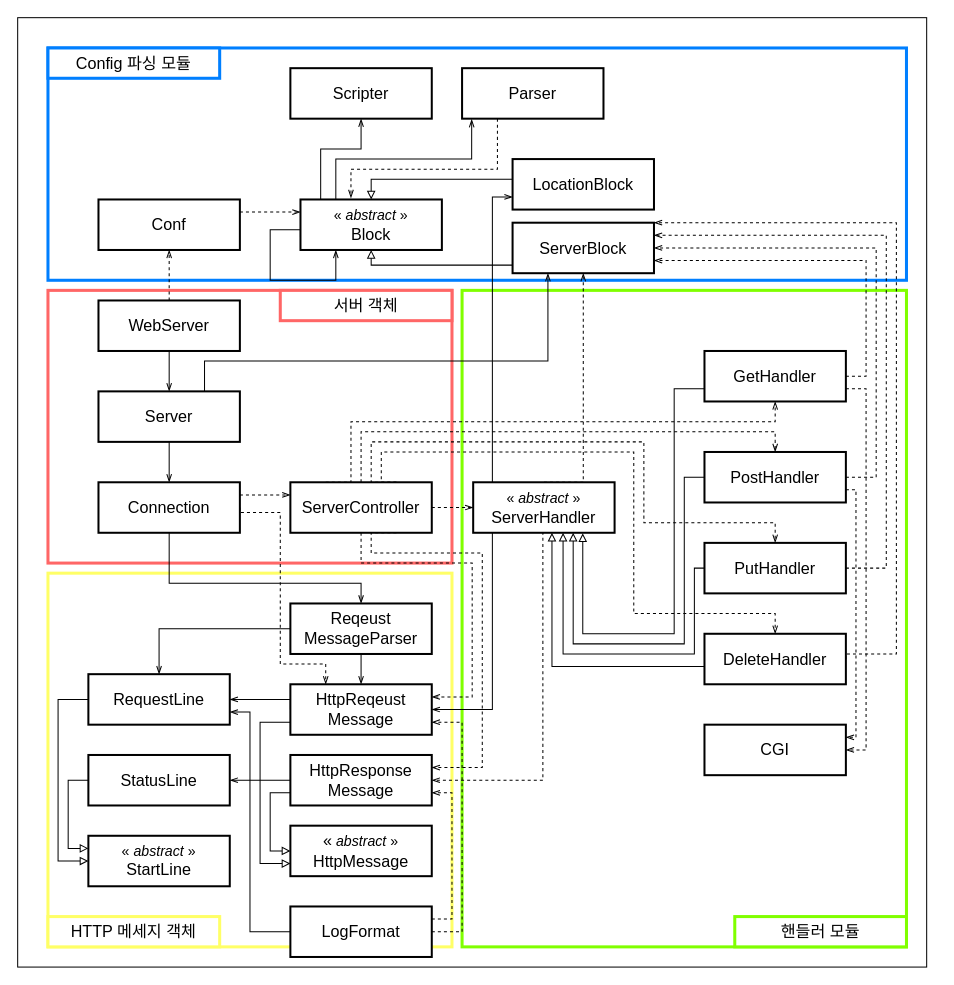
This is page "Server System" (1 of 6) of docs/ClassDiagram/Diagram.drawio from wkdtpgns5016/webserve, a draw.io file, before an edit. Source tidied: cells renumbered, new cells numbered last; positions are measured from the earlier drawing's top-left corner, leaving out a move shared by most shapes. Both pictures are drawn from the tidied source at 101%, with x=0, y=0 at pixel (17, 17).
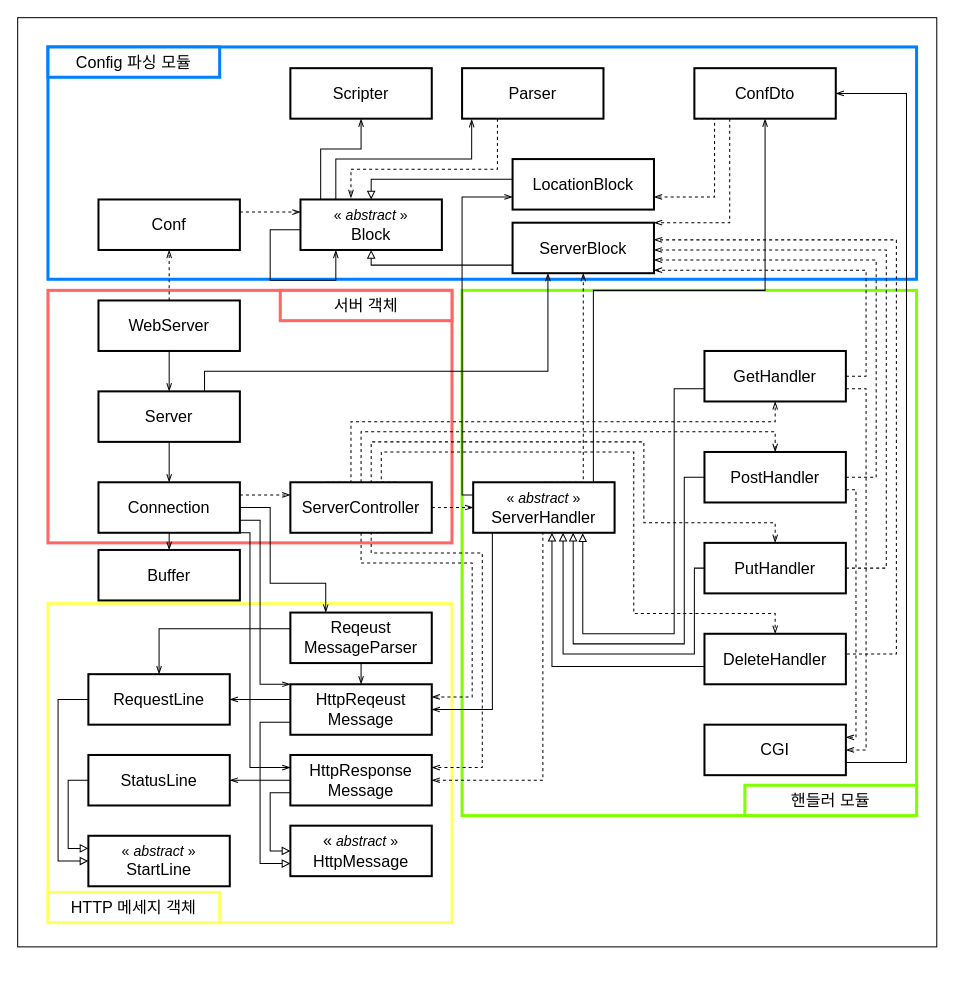
The same page after the edit.

Unchanged cells that the change refers to:
```xml
<mxCell id="12" value="Server" style="rounded=0;whiteSpace=wrap;html=1;strokeWidth=2;fontSize=16;" parent="1" vertex="1">
  <mxGeometry x="80" y="370" width="140" height="50" as="geometry" />
</mxCell>
<mxCell id="16" value="ServerBlock" style="rounded=0;whiteSpace=wrap;html=1;strokeWidth=2;fontSize=16;" parent="1" vertex="1">
  <mxGeometry x="490" y="203" width="140" height="50" as="geometry" />
</mxCell>
<mxCell id="23" value="LocationBlock" style="rounded=0;whiteSpace=wrap;html=1;strokeWidth=2;fontSize=16;" parent="1" vertex="1">
  <mxGeometry x="490" y="140" width="140" height="50" as="geometry" />
</mxCell>
<mxCell id="29" value="&lt;font style=&quot;border-color: var(--border-color); font-size: 14px;&quot;&gt;«&lt;i style=&quot;border-color: var(--border-color);&quot;&gt;&amp;nbsp;abstract&amp;nbsp;&lt;/i&gt;»&lt;/font&gt;&lt;br style=&quot;border-color: var(--border-color); font-size: 12px;&quot;&gt;&lt;font style=&quot;border-color: var(--border-color);&quot;&gt;ServerHandler&lt;/font&gt;" style="rounded=0;whiteSpace=wrap;html=1;strokeWidth=2;fontSize=16;" parent="1" vertex="1">
  <mxGeometry x="451" y="460" width="140" height="50" as="geometry" />
</mxCell>
<mxCell id="33" value="GetHandler" style="rounded=0;whiteSpace=wrap;html=1;strokeWidth=2;fontSize=16;" parent="1" vertex="1">
  <mxGeometry x="680" y="330" width="140" height="50" as="geometry" />
</mxCell>
<mxCell id="37" value="PostHandler" style="rounded=0;whiteSpace=wrap;html=1;strokeWidth=2;fontSize=16;" parent="1" vertex="1">
  <mxGeometry x="680" y="430" width="140" height="50" as="geometry" />
</mxCell>
<mxCell id="40" value="PutHandler" style="rounded=0;whiteSpace=wrap;html=1;strokeWidth=2;fontSize=16;" parent="1" vertex="1">
  <mxGeometry x="680" y="520" width="140" height="50" as="geometry" />
</mxCell>
<mxCell id="43" value="DeleteHandler" style="rounded=0;whiteSpace=wrap;html=1;strokeWidth=2;fontSize=16;" parent="1" vertex="1">
  <mxGeometry x="680" y="610" width="140" height="50" as="geometry" />
</mxCell>
<mxCell id="55" value="Connection" style="rounded=0;whiteSpace=wrap;html=1;strokeWidth=2;fontSize=16;" parent="1" vertex="1">
  <mxGeometry x="80" y="460" width="140" height="50" as="geometry" />
</mxCell>
<mxCell id="58" value="RequestLine" style="rounded=0;whiteSpace=wrap;html=1;strokeWidth=2;fontSize=16;" parent="1" vertex="1">
  <mxGeometry x="70" y="650" width="140" height="50" as="geometry" />
</mxCell>
<mxCell id="63" value="HttpReqeust&lt;br&gt;Message" style="rounded=0;whiteSpace=wrap;html=1;strokeWidth=2;fontSize=16;" parent="1" vertex="1">
  <mxGeometry x="270" y="660" width="140" height="50" as="geometry" />
</mxCell>
<mxCell id="66" value="HttpResponse&lt;br&gt;Message" style="rounded=0;whiteSpace=wrap;html=1;strokeWidth=2;fontSize=16;" parent="1" vertex="1">
  <mxGeometry x="270" y="730" width="140" height="50" as="geometry" />
</mxCell>
<mxCell id="72" value="CGI" style="rounded=0;whiteSpace=wrap;html=1;strokeWidth=2;fontSize=16;" parent="1" vertex="1">
  <mxGeometry x="680" y="700" width="140" height="50" as="geometry" />
</mxCell>
```

Change to the diagram source:
```diff
@@
     <mxCell id="2" style="rounded=0;whiteSpace=wrap;html=1;" parent="1" vertex="1">
-      <mxGeometry width="900" height="940" as="geometry" />
+      <mxGeometry width="910" height="920" as="geometry" />
     </mxCell>
     <mxCell id="3" style="rounded=0;whiteSpace=wrap;html=1;strokeColor=#FF6666;strokeWidth=3;" parent="1" vertex="1">
-      <mxGeometry x="30" y="270" width="400" height="270" as="geometry" />
+      <mxGeometry x="30" y="270" width="400" height="250" as="geometry" />
     </mxCell>
     <mxCell id="4" style="rounded=0;whiteSpace=wrap;html=1;strokeColor=#FFFF66;strokeWidth=3;" parent="1" vertex="1">
-      <mxGeometry x="30" y="550" width="400" height="370" as="geometry" />
+      <mxGeometry x="30" y="580" width="400" height="316" as="geometry" />
     </mxCell>
     <mxCell id="5" style="rounded=0;whiteSpace=wrap;html=1;strokeColor=#80FF00;strokeWidth=3;" parent="1" vertex="1">
-      <mxGeometry x="440" y="270" width="440" height="650" as="geometry" />
+      <mxGeometry x="440" y="270" width="450" height="520" as="geometry" />
     </mxCell>
     <mxCell id="6" style="rounded=0;whiteSpace=wrap;html=1;strokeColor=#007FFF;strokeWidth=3;" parent="1" vertex="1">
-      <mxGeometry x="30" y="30" width="850" height="230" as="geometry" />
+      <mxGeometry x="30" y="29" width="860" height="230" as="geometry" />
     </mxCell>
@@
     <mxCell id="11" style="edgeStyle=orthogonalEdgeStyle;rounded=0;jettySize=auto;html=1;exitX=0.75;exitY=0;exitDx=0;exitDy=0;entryX=0.25;entryY=1;entryDx=0;entryDy=0;endArrow=openThin;endFill=0;" parent="1" edge="1" source="12" target="16">
       <mxGeometry relative="1" as="geometry">
         <Array as="points">
-          <mxPoint x="185" y="340" />
-          <mxPoint x="525" y="340" />
+          <mxPoint x="185" y="350" />
+          <mxPoint x="525" y="350" />
         </Array>
       </mxGeometry>
     </mxCell>
@@
     <mxCell id="28" style="edgeStyle=orthogonalEdgeStyle;rounded=0;jettySize=auto;html=1;exitX=0;exitY=0.25;exitDx=0;exitDy=0;entryX=0;entryY=0.75;entryDx=0;entryDy=0;endArrow=openThin;endFill=0;" parent="1" edge="1" source="29" target="23">
       <mxGeometry relative="1" as="geometry">
         <Array as="points">
-          <mxPoint x="470" y="473" />
-          <mxPoint x="470" y="178" />
+          <mxPoint x="440" y="473" />
+          <mxPoint x="440" y="178" />
         </Array>
       </mxGeometry>
     </mxCell>
+    <mxCell id="82" style="edgeStyle=orthogonalEdgeStyle;rounded=0;jettySize=auto;html=1;exitX=1;exitY=0;exitDx=0;exitDy=0;entryX=0.5;entryY=1;entryDx=0;entryDy=0;endArrow=openThin;endFill=0;" parent="1" edge="1" source="29" target="88">
+      <mxGeometry relative="1" as="geometry">
+        <Array as="points">
+          <mxPoint x="570" y="460" />
+          <mxPoint x="570" y="270" />
+          <mxPoint x="740" y="270" />
+        </Array>
+      </mxGeometry>
+    </mxCell>
@@
-    <mxCell id="30" style="edgeStyle=orthogonalEdgeStyle;rounded=0;jettySize=auto;html=1;exitX=1;exitY=0.5;exitDx=0;exitDy=0;entryX=1;entryY=0.75;entryDx=0;entryDy=0;dashed=1;endArrow=openThin;endFill=0;" parent="1" edge="1" source="33" target="16">
+    <mxCell id="30" style="edgeStyle=orthogonalEdgeStyle;rounded=0;jettySize=auto;html=1;exitX=1;exitY=0.5;exitDx=0;exitDy=0;dashed=1;endArrow=openThin;endFill=0;" parent="1" edge="1" source="33">
       <mxGeometry relative="1" as="geometry">
+        <mxPoint x="630" y="250" as="targetPoint" />
         <Array as="points">
           <mxPoint x="840" y="355" />
-          <mxPoint x="840" y="241" />
+          <mxPoint x="840" y="250" />
+          <mxPoint x="630" y="250" />
         </Array>
       </mxGeometry>
     </mxCell>
@@
-    <mxCell id="34" style="edgeStyle=orthogonalEdgeStyle;rounded=0;jettySize=auto;html=1;exitX=1;exitY=0.5;exitDx=0;exitDy=0;entryX=1;entryY=0.5;entryDx=0;entryDy=0;dashed=1;endArrow=openThin;endFill=0;" parent="1" edge="1" source="37" target="16">
+    <mxCell id="34" style="edgeStyle=orthogonalEdgeStyle;rounded=0;jettySize=auto;html=1;exitX=1;exitY=0.5;exitDx=0;exitDy=0;dashed=1;endArrow=openThin;endFill=0;" parent="1" edge="1" source="37">
       <mxGeometry relative="1" as="geometry">
+        <mxPoint x="630" y="240" as="targetPoint" />
         <Array as="points">
           <mxPoint x="850" y="455" />
-          <mxPoint x="850" y="228" />
+          <mxPoint x="850" y="240" />
+          <mxPoint x="630" y="240" />
         </Array>
       </mxGeometry>
     </mxCell>
@@
-    <mxCell id="38" style="edgeStyle=orthogonalEdgeStyle;rounded=0;jettySize=auto;html=1;exitX=1;exitY=0.5;exitDx=0;exitDy=0;entryX=1;entryY=0.25;entryDx=0;entryDy=0;dashed=1;endArrow=openThin;endFill=0;" parent="1" edge="1" source="40" target="16">
+    <mxCell id="38" style="edgeStyle=orthogonalEdgeStyle;rounded=0;jettySize=auto;html=1;exitX=1;exitY=0.5;exitDx=0;exitDy=0;dashed=1;endArrow=openThin;endFill=0;" parent="1" edge="1" source="40">
       <mxGeometry relative="1" as="geometry">
+        <mxPoint x="630" y="230" as="targetPoint" />
         <Array as="points">
           <mxPoint x="860" y="545" />
-          <mxPoint x="860" y="216" />
+          <mxPoint x="860" y="230" />
+          <mxPoint x="630" y="230" />
         </Array>
       </mxGeometry>
     </mxCell>
@@
-    <mxCell id="41" style="edgeStyle=orthogonalEdgeStyle;rounded=0;jettySize=auto;html=1;exitX=1;exitY=0.5;exitDx=0;exitDy=0;entryX=1;entryY=0;entryDx=0;entryDy=0;dashed=1;endArrow=openThin;endFill=0;" parent="1" edge="1" source="43" target="16">
+    <mxCell id="41" style="edgeStyle=orthogonalEdgeStyle;rounded=0;jettySize=auto;html=1;exitX=1;exitY=0.5;exitDx=0;exitDy=0;dashed=1;endArrow=openThin;endFill=0;" parent="1" edge="1" source="43">
       <mxGeometry relative="1" as="geometry">
+        <mxPoint x="630" y="220" as="targetPoint" />
         <Array as="points">
           <mxPoint x="820" y="630" />
           <mxPoint x="870" y="630" />
-          <mxPoint x="870" y="203" />
+          <mxPoint x="870" y="220" />
+          <mxPoint x="630" y="220" />
         </Array>
       </mxGeometry>
     </mxCell>
@@
-    <mxCell id="53" style="edgeStyle=orthogonalEdgeStyle;rounded=0;jettySize=auto;html=1;exitX=1;exitY=0.5;exitDx=0;exitDy=0;entryX=0.25;entryY=0;entryDx=0;entryDy=0;dashed=1;endArrow=openThin;endFill=0;" parent="1" edge="1" source="55" target="63">
+    <mxCell id="53" style="edgeStyle=orthogonalEdgeStyle;rounded=0;jettySize=auto;html=1;exitX=1;exitY=0.75;exitDx=0;exitDy=0;entryX=0;entryY=0;entryDx=0;entryDy=0;endArrow=openThin;endFill=0;" parent="1" edge="1" source="55" target="63">
       <mxGeometry relative="1" as="geometry">
         <Array as="points">
-          <mxPoint x="220" y="490" />
-          <mxPoint x="260" y="490" />
-          <mxPoint x="260" y="640" />
-          <mxPoint x="305" y="640" />
+          <mxPoint x="240" y="498" />
+          <mxPoint x="240" y="660" />
         </Array>
       </mxGeometry>
     </mxCell>
-    <mxCell id="54" style="edgeStyle=orthogonalEdgeStyle;rounded=0;jettySize=auto;html=1;exitX=0.5;exitY=1;exitDx=0;exitDy=0;endArrow=openThin;endFill=0;" parent="1" edge="1" source="55">
+    <mxCell id="54" style="edgeStyle=orthogonalEdgeStyle;rounded=0;jettySize=auto;html=1;exitX=1;exitY=0.5;exitDx=0;exitDy=0;endArrow=openThin;endFill=0;entryX=0.25;entryY=0;entryDx=0;entryDy=0;" parent="1" edge="1" source="55" target="71">
       <mxGeometry relative="1" as="geometry">
-        <mxPoint x="340" y="580" as="targetPoint" />
         <Array as="points">
-          <mxPoint x="150" y="560" />
-          <mxPoint x="340" y="560" />
+          <mxPoint x="250" y="485" />
+          <mxPoint x="250" y="560" />
+          <mxPoint x="305" y="560" />
         </Array>
       </mxGeometry>
     </mxCell>
+    <mxCell id="83" style="edgeStyle=orthogonalEdgeStyle;rounded=0;jettySize=auto;html=1;exitX=1;exitY=1;exitDx=0;exitDy=0;entryX=0;entryY=0.25;entryDx=0;entryDy=0;endArrow=openThin;endFill=0;" parent="1" edge="1" source="55" target="66">
+      <mxGeometry relative="1" as="geometry">
+        <Array as="points">
+          <mxPoint x="230" y="510" />
+          <mxPoint x="230" y="743" />
+        </Array>
+      </mxGeometry>
+    </mxCell>
+    <mxCell id="84" style="edgeStyle=orthogonalEdgeStyle;rounded=0;jettySize=auto;html=1;exitX=0.5;exitY=1;exitDx=0;exitDy=0;entryX=0.5;entryY=0;entryDx=0;entryDy=0;endArrow=openThin;endFill=0;" parent="1" edge="1" source="55" target="89">
+      <mxGeometry relative="1" as="geometry" />
+    </mxCell>
@@
     <mxCell id="71" value="Reqeust&lt;br&gt;MessageParser" style="rounded=0;whiteSpace=wrap;html=1;strokeWidth=2;fontSize=16;" parent="1" vertex="1">
-      <mxGeometry x="270" y="580" width="140" height="50" as="geometry" />
+      <mxGeometry x="270" y="589" width="140" height="50" as="geometry" />
     </mxCell>
+    <mxCell id="85" style="edgeStyle=orthogonalEdgeStyle;rounded=0;jettySize=auto;html=1;exitX=1;exitY=0.75;exitDx=0;exitDy=0;entryX=1;entryY=0.5;entryDx=0;entryDy=0;endArrow=openThin;endFill=0;" parent="1" edge="1" source="72" target="88">
+      <mxGeometry relative="1" as="geometry">
+        <Array as="points">
+          <mxPoint x="880" y="738" />
+          <mxPoint x="880" y="75" />
+        </Array>
+      </mxGeometry>
+    </mxCell>
@@
-    <mxCell id="73" style="edgeStyle=orthogonalEdgeStyle;rounded=0;jettySize=auto;html=1;exitX=1;exitY=0.25;exitDx=0;exitDy=0;entryX=1;entryY=0.75;entryDx=0;entryDy=0;dashed=1;endArrow=openThin;endFill=0;" parent="1" edge="1" source="76" target="66">
-      <mxGeometry relative="1" as="geometry" />
-    </mxCell>
-    <mxCell id="74" style="edgeStyle=orthogonalEdgeStyle;rounded=0;jettySize=auto;html=1;exitX=1;exitY=0.5;exitDx=0;exitDy=0;entryX=1;entryY=0.75;entryDx=0;entryDy=0;endArrow=openThin;endFill=0;dashed=1;" parent="1" edge="1" source="76" target="63">
-      <mxGeometry relative="1" as="geometry">
-        <Array as="points">
-          <mxPoint x="440" y="905" />
-          <mxPoint x="440" y="698" />
-        </Array>
-      </mxGeometry>
-    </mxCell>
-    <mxCell id="75" style="edgeStyle=orthogonalEdgeStyle;rounded=0;jettySize=auto;html=1;exitX=0;exitY=0.5;exitDx=0;exitDy=0;entryX=1;entryY=0.75;entryDx=0;entryDy=0;endArrow=openThin;endFill=0;" parent="1" edge="1" source="76" target="58">
-      <mxGeometry relative="1" as="geometry">
-        <Array as="points">
-          <mxPoint x="230" y="905" />
-          <mxPoint x="230" y="688" />
-        </Array>
-      </mxGeometry>
-    </mxCell>
-    <mxCell id="76" value="LogFormat" style="rounded=0;whiteSpace=wrap;html=1;strokeWidth=2;fontSize=16;" parent="1" vertex="1">
-      <mxGeometry x="270" y="880" width="140" height="50" as="geometry" />
-    </mxCell>
@@
     <mxCell id="78" value="&lt;font style=&quot;font-size: 16px;&quot;&gt;Config 파싱 모듈&lt;/font&gt;" style="rounded=0;whiteSpace=wrap;html=1;strokeColor=#007FFF;strokeWidth=3;" parent="1" vertex="1">
-      <mxGeometry x="30" y="30" width="170" height="30" as="geometry" />
+      <mxGeometry x="30" y="29" width="170" height="30" as="geometry" />
     </mxCell>
@@
     <mxCell id="80" value="&lt;span style=&quot;font-size: 16px;&quot;&gt;핸들러 모듈&lt;/span&gt;" style="rounded=0;whiteSpace=wrap;html=1;strokeColor=#80FF00;strokeWidth=3;" parent="1" vertex="1">
-      <mxGeometry x="710" y="890" width="170" height="30" as="geometry" />
+      <mxGeometry x="720" y="760" width="170" height="30" as="geometry" />
     </mxCell>
     <mxCell id="81" value="&lt;span style=&quot;font-size: 16px;&quot;&gt;HTTP 메세지 객체&lt;/span&gt;" style="rounded=0;whiteSpace=wrap;html=1;strokeColor=#FFFF66;strokeWidth=3;" parent="1" vertex="1">
-      <mxGeometry x="30" y="890" width="170" height="30" as="geometry" />
+      <mxGeometry x="30" y="866" width="170" height="30" as="geometry" />
     </mxCell>
+    <mxCell id="86" style="edgeStyle=orthogonalEdgeStyle;rounded=0;jettySize=auto;html=1;exitX=0.25;exitY=1;exitDx=0;exitDy=0;entryX=1;entryY=0;entryDx=0;entryDy=0;endArrow=openThin;endFill=0;dashed=1;" parent="1" edge="1" source="88" target="16">
+      <mxGeometry relative="1" as="geometry">
+        <Array as="points">
+          <mxPoint x="705" y="203" />
+        </Array>
+      </mxGeometry>
+    </mxCell>
+    <mxCell id="87" style="edgeStyle=orthogonalEdgeStyle;rounded=0;jettySize=auto;html=1;exitX=0;exitY=1;exitDx=0;exitDy=0;entryX=1;entryY=0.75;entryDx=0;entryDy=0;endArrow=openThin;endFill=0;dashed=1;" parent="1" edge="1" source="88" target="23">
+      <mxGeometry relative="1" as="geometry">
+        <Array as="points">
+          <mxPoint x="690" y="100" />
+          <mxPoint x="690" y="178" />
+        </Array>
+      </mxGeometry>
+    </mxCell>
+    <mxCell id="88" value="ConfDto" style="rounded=0;whiteSpace=wrap;html=1;strokeWidth=2;fontSize=16;" parent="1" vertex="1">
+      <mxGeometry x="670" y="50" width="140" height="50" as="geometry" />
+    </mxCell>
+    <mxCell id="89" value="Buffer" style="rounded=0;whiteSpace=wrap;html=1;strokeWidth=2;fontSize=16;" parent="1" vertex="1">
+      <mxGeometry x="80" y="527" width="140" height="50" as="geometry" />
+    </mxCell>
```
